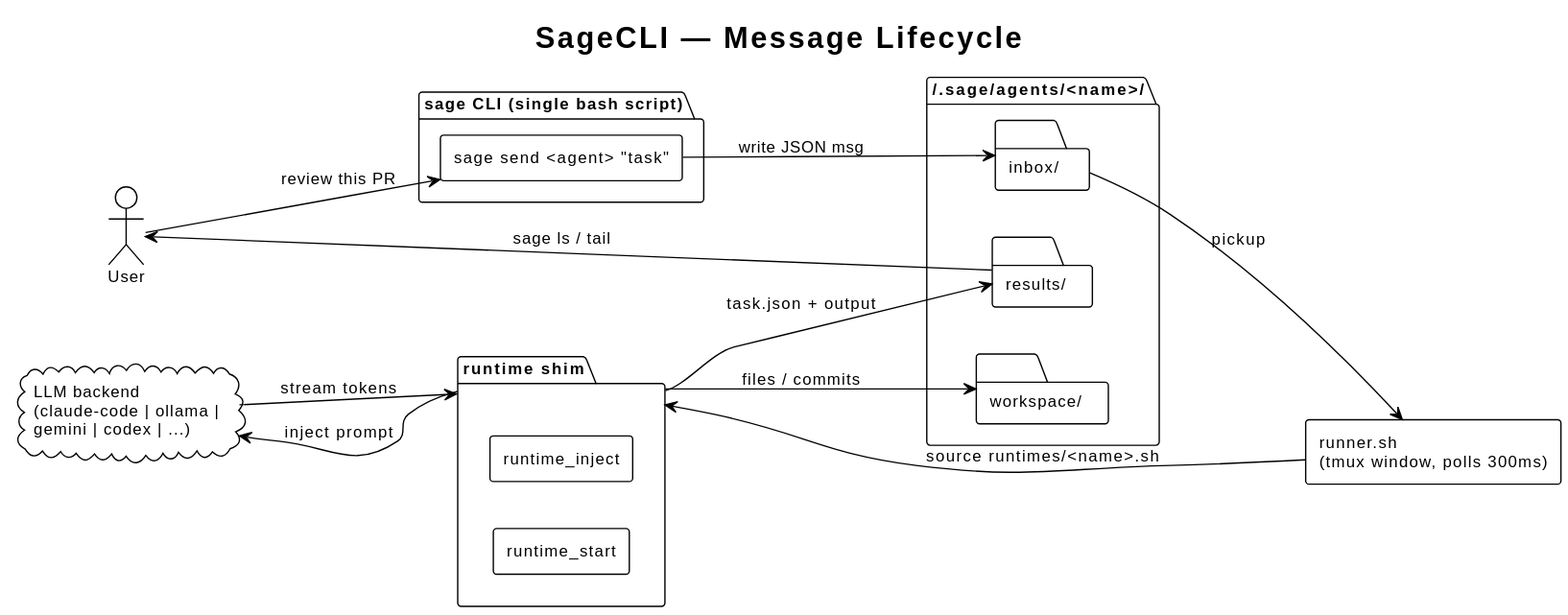
This is docs/diagrams/architecture.svg from youwangd/SageCLI, a PlantUML export, as it was before one commit.
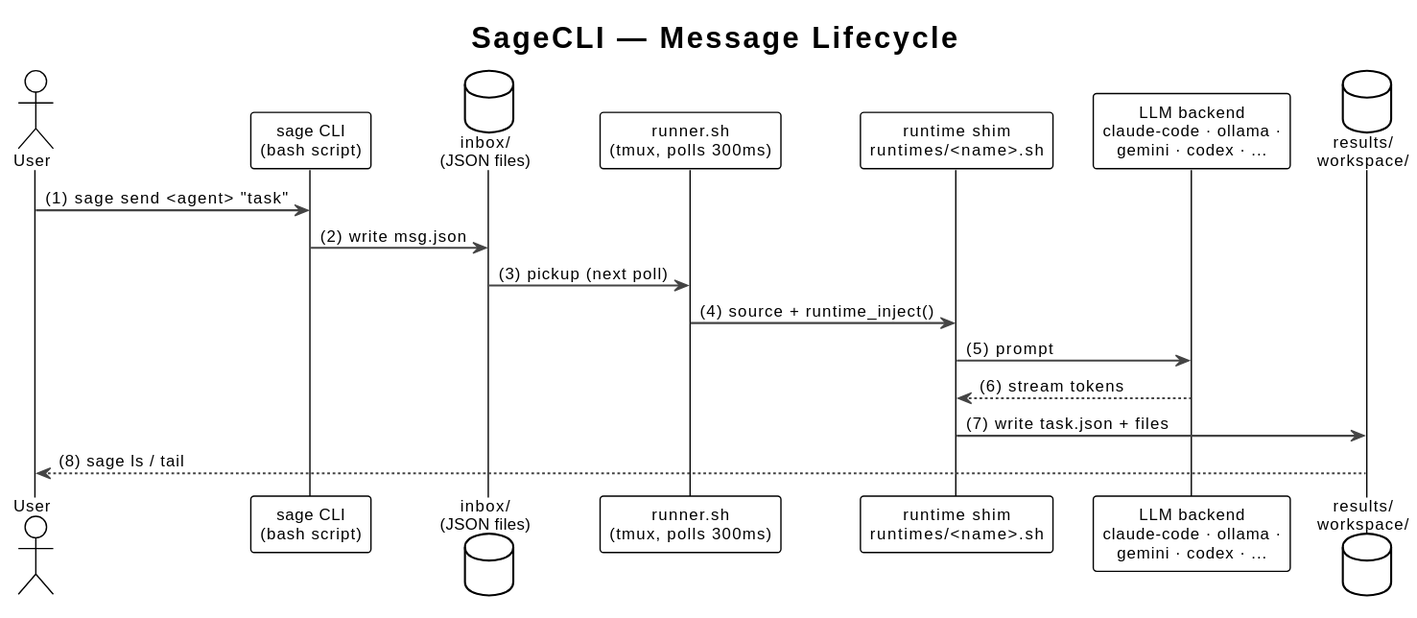
After the commit.

Commit message:
docs: improve architecture + plan-waves diagrams, remove runtimes diagram

Change to the diagram source:
```diff
@@ -3,40 +3,26 @@
 skinparam defaultFontName "Helvetica"
 skinparam defaultFontSize 12
 skinparam shadowing false
-skinparam componentStyle rectangle
 skinparam backgroundColor transparent
-left to right direction
+skinparam ArrowColor #444
+skinparam sequenceArrowThickness 1.5
 
 title SageCLI — Message Lifecycle
 
-actor User
+actor  User
+participant "sage CLI\n(bash script)" as cli
+database "inbox/\n(JSON files)" as inbox
+participant "runner.sh\n(tmux, polls 300ms)" as runner
+participant "runtime shim\nruntimes/<name>.sh" as shim
+participant    "LLM backend\nclaude-code · ollama ·\ngemini · codex · ..." as llm
+database "results/\nworkspace/" as out
 
-package "sage CLI (single bash script)" as cli {
-  [sage send <agent> "task"] as send
-}
-
-package "~/.sage/agents/<name>/" as agent {
-  folder "inbox/" as inbox
-  folder "workspace/" as ws
-  folder "results/" as results
-}
-
-component "runner.sh\n(tmux window, polls 300ms)" as runner
-
-package "runtime shim" as rt {
-  [runtime_start]
-  [runtime_inject]
-}
-
-cloud "LLM backend\n(claude-code | ollama |\ngemini | codex | ...)" as llm
-
-User --> send : "review this PR"
-send --> inbox : write JSON msg
-inbox --> runner : pickup
-runner --> rt : source runtimes/<name>.sh
-rt --> llm : inject prompt
-llm --> rt : stream tokens
-rt --> results : task.json + output
-rt --> ws : files / commits
-results --> User : sage ls / tail
+User   -> cli    : (1) sage send <agent> "task"
+cli    -> inbox  : (2) write msg.json
+inbox  -> runner : (3) pickup (next poll)
+runner -> shim   : (4) source + runtime_inject()
+shim   -> llm    : (5) prompt
+llm    --> shim  : (6) stream tokens
+shim   -> out    : (7) write task.json + files
+out    --> User  : (8) sage ls / tail
 @enduml
```
